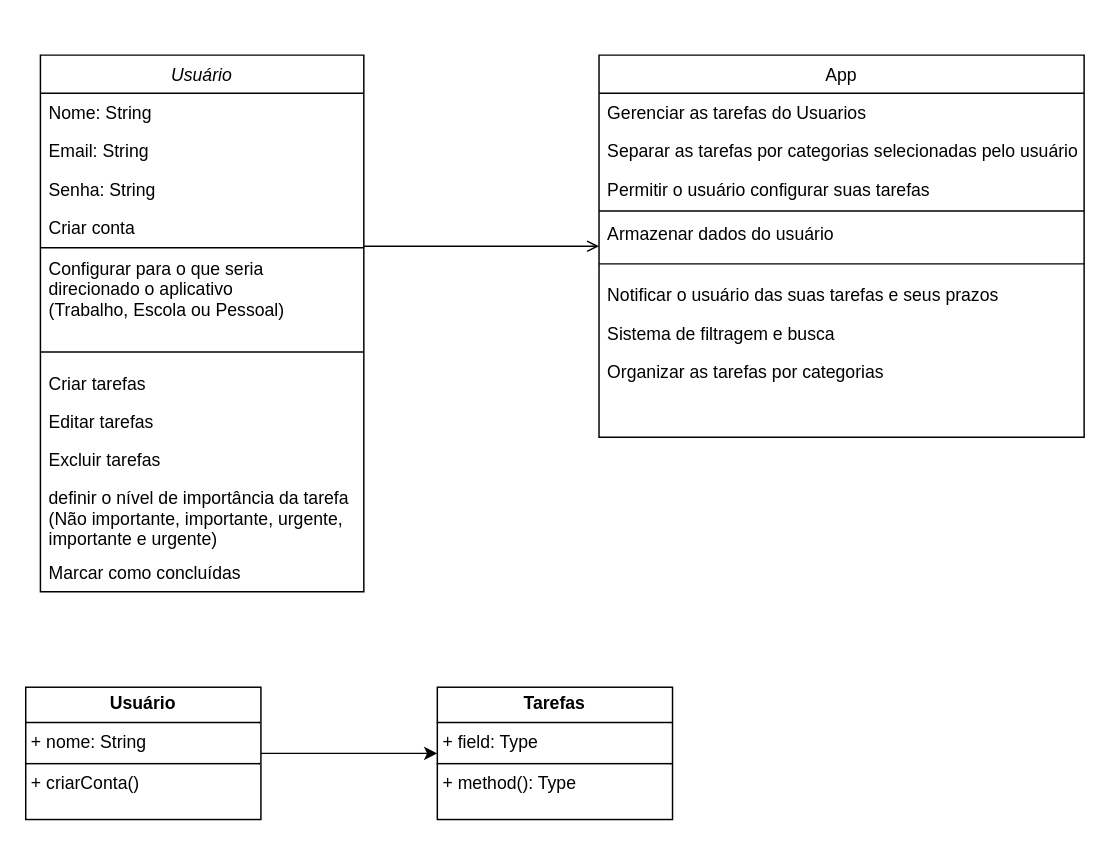
This is page "Classes" (2 of 7) of Diagrama sem nome.drawio from Lotharzin/Valley-Of-Cleaning, a draw.io file, before an edit. Source tidied: cells renumbered, new cells numbered last; positions are measured from the earlier drawing's top-left corner, leaving out a move shared by most shapes. Both pictures are drawn from the tidied source at 147%, with x=0, y=0 at pixel (25, 54).
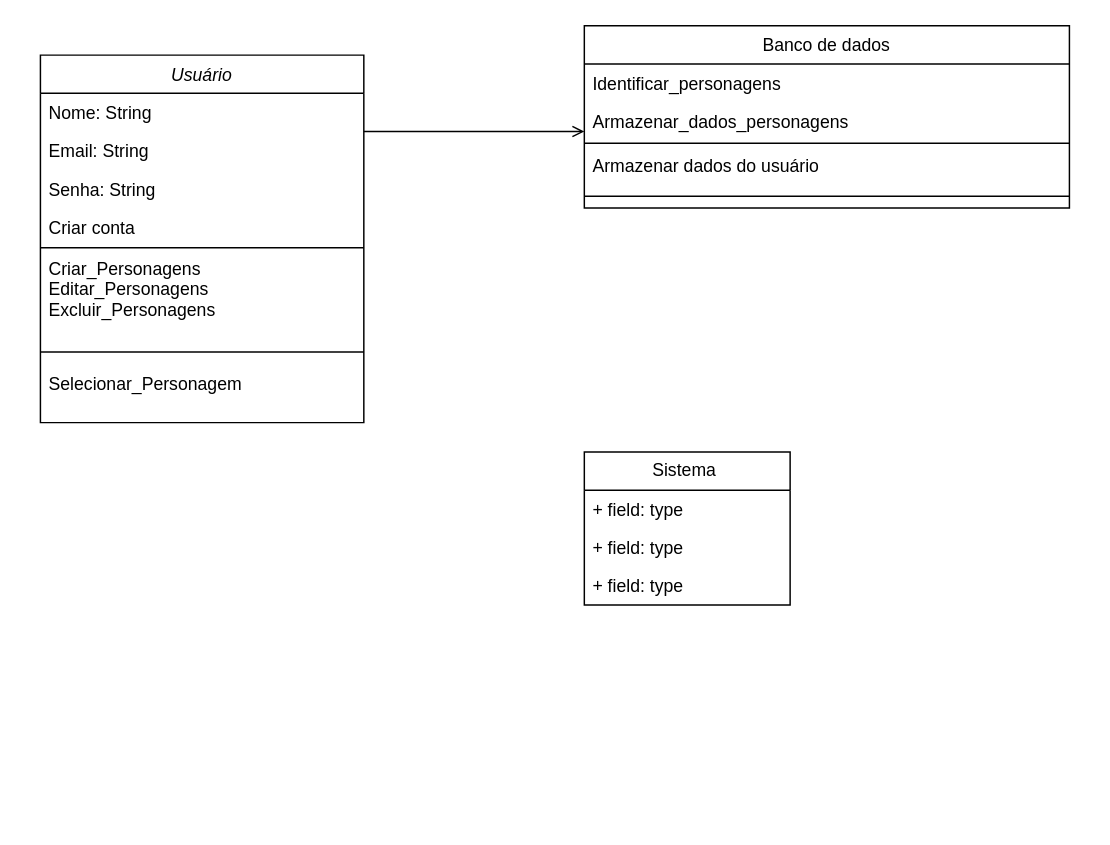
After the change.

Diff of the diagram source:
```diff
@@
     <mxCell id="2" value="Usuário" style="swimlane;fontStyle=2;align=center;verticalAlign=top;horizontal=1;startSize=26;rounded=0;shadow=0;strokeWidth=1;" parent="1" vertex="1">
-      <mxGeometry x="10" width="220" height="365" as="geometry" />
+      <mxGeometry x="10" width="220" height="250" as="geometry" />
     </mxCell>
@@
-    <mxCell id="8" value="Configurar para o que seria&#10;direcionado o aplicativo&#10;(Trabalho, Escola ou Pessoal)" style="text;align=left;verticalAlign=top;spacingLeft=4;spacingRight=4;overflow=hidden;rounded=0;shadow=0;html=0;" parent="2" vertex="1">
+    <mxCell id="8" value="Criar_Personagens&#10;Editar_Personagens&#10;Excluir_Personagens" style="text;align=left;verticalAlign=top;spacingLeft=4;spacingRight=4;overflow=hidden;rounded=0;shadow=0;html=0;" parent="2" vertex="1">
       <mxGeometry y="132" width="220" height="62" as="geometry" />
     </mxCell>
@@
-    <mxCell id="10" value="Criar tarefas" style="text;align=left;verticalAlign=top;spacingLeft=4;spacingRight=4;overflow=hidden;rounded=0;shadow=0;html=0;" parent="2" vertex="1">
-      <mxGeometry y="210" width="220" height="26" as="geometry" />
-    </mxCell>
-    <mxCell id="11" value="Editar tarefas" style="text;align=left;verticalAlign=top;spacingLeft=4;spacingRight=4;overflow=hidden;rounded=0;shadow=0;html=0;" parent="2" vertex="1">
-      <mxGeometry y="236" width="220" height="26" as="geometry" />
-    </mxCell>
-    <mxCell id="12" value="Excluir tarefas" style="text;align=left;verticalAlign=top;spacingLeft=4;spacingRight=4;overflow=hidden;rounded=0;shadow=0;html=0;" parent="2" vertex="1">
-      <mxGeometry y="262" width="220" height="26" as="geometry" />
-    </mxCell>
-    <mxCell id="13" value="definir o nível de importância da tarefa&#10;(Não importante, importante, urgente, &#10;importante e urgente) " style="text;align=left;verticalAlign=top;spacingLeft=4;spacingRight=4;overflow=hidden;rounded=0;shadow=0;html=0;" parent="2" vertex="1">
-      <mxGeometry y="288" width="220" height="51" as="geometry" />
-    </mxCell>
-    <mxCell id="14" value="Marcar como concluídas" style="text;align=left;verticalAlign=top;spacingLeft=4;spacingRight=4;overflow=hidden;rounded=0;shadow=0;html=0;" parent="2" vertex="1">
-      <mxGeometry y="339" width="220" height="26" as="geometry" />
-    </mxCell>
+    <mxCell id="29" value="Selecionar_Personagem" style="text;align=left;verticalAlign=top;spacingLeft=4;spacingRight=4;overflow=hidden;rounded=0;shadow=0;html=0;" parent="2" vertex="1">
+      <mxGeometry y="210" width="220" height="26" as="geometry" />
+    </mxCell>
-    <mxCell id="15" value="App" style="swimlane;fontStyle=0;align=center;verticalAlign=top;horizontal=1;startSize=26;rounded=0;shadow=0;strokeWidth=1;" parent="1" vertex="1">
-      <mxGeometry x="390" width="330" height="260" as="geometry" />
+    <mxCell id="15" value="Banco de dados" style="swimlane;fontStyle=0;align=center;verticalAlign=top;horizontal=1;startSize=26;rounded=0;shadow=0;strokeWidth=1;" parent="1" vertex="1">
+      <mxGeometry x="380" y="-20" width="330" height="124" as="geometry" />
     </mxCell>
-    <mxCell id="16" value="Gerenciar as tarefas do Usuarios" style="text;align=left;verticalAlign=top;spacingLeft=4;spacingRight=4;overflow=hidden;rounded=0;shadow=0;html=0;" parent="15" vertex="1">
-      <mxGeometry y="26" width="330" height="26" as="geometry" />
-    </mxCell>
-    <mxCell id="17" value="Separar as tarefas por categorias selecionadas pelo usuário" style="text;align=left;verticalAlign=top;spacingLeft=4;spacingRight=4;overflow=hidden;rounded=0;shadow=0;html=0;" parent="15" vertex="1">
-      <mxGeometry y="52" width="330" height="26" as="geometry" />
+    <mxCell id="17" value="Identificar_personagens" style="text;align=left;verticalAlign=top;spacingLeft=4;spacingRight=4;overflow=hidden;rounded=0;shadow=0;html=0;" parent="15" vertex="1">
+      <mxGeometry y="26" width="330" height="26" as="geometry" />
     </mxCell>
-    <mxCell id="18" value="Permitir o usuário configurar suas tarefas" style="text;align=left;verticalAlign=top;spacingLeft=4;spacingRight=4;overflow=hidden;rounded=0;shadow=0;html=0;" parent="15" vertex="1">
-      <mxGeometry y="78" width="330" height="26" as="geometry" />
+    <mxCell id="18" value="Armazenar_dados_personagens" style="text;align=left;verticalAlign=top;spacingLeft=4;spacingRight=4;overflow=hidden;rounded=0;shadow=0;html=0;" parent="15" vertex="1">
+      <mxGeometry y="52" width="330" height="26" as="geometry" />
     </mxCell>
     <mxCell id="19" style="line;html=1;strokeWidth=1;align=left;verticalAlign=middle;spacingTop=-1;spacingLeft=3;spacingRight=3;labelPosition=right;" parent="15" vertex="1">
-      <mxGeometry y="104" width="330" height="4" as="geometry" />
+      <mxGeometry y="78" width="330" height="4" as="geometry" />
     </mxCell>
     <mxCell id="20" value="Armazenar dados do usuário" style="text;align=left;verticalAlign=top;spacingLeft=4;spacingRight=4;overflow=hidden;rounded=0;shadow=0;html=0;" parent="15" vertex="1">
-      <mxGeometry y="108" width="330" height="26" as="geometry" />
+      <mxGeometry y="82" width="330" height="26" as="geometry" />
     </mxCell>
     <mxCell id="21" style="line;html=1;strokeWidth=1;align=left;verticalAlign=middle;spacingTop=-1;spacingLeft=3;spacingRight=3;labelPosition=right;" parent="15" vertex="1">
-      <mxGeometry y="134" width="330" height="16" as="geometry" />
+      <mxGeometry y="108" width="330" height="16" as="geometry" />
     </mxCell>
-    <mxCell id="22" value="Notificar o usuário das suas tarefas e seus prazos" style="text;align=left;verticalAlign=top;spacingLeft=4;spacingRight=4;overflow=hidden;rounded=0;shadow=0;html=0;" parent="15" vertex="1">
-      <mxGeometry y="150" width="330" height="26" as="geometry" />
-    </mxCell>
-    <mxCell id="23" value="Sistema de filtragem e busca" style="text;align=left;verticalAlign=top;spacingLeft=4;spacingRight=4;overflow=hidden;rounded=0;shadow=0;html=0;" parent="15" vertex="1">
-      <mxGeometry y="176" width="330" height="26" as="geometry" />
-    </mxCell>
-    <mxCell id="24" value="Organizar as tarefas por categorias  " style="text;align=left;verticalAlign=top;spacingLeft=4;spacingRight=4;overflow=hidden;rounded=0;shadow=0;html=0;" parent="15" vertex="1">
-      <mxGeometry y="202" width="330" height="26" as="geometry" />
-    </mxCell>
@@
-    <mxCell id="26" style="edgeStyle=orthogonalEdgeStyle;rounded=0;jettySize=auto;html=1;" parent="1" edge="1" source="27" target="28">
-      <mxGeometry relative="1" as="geometry" />
-    </mxCell>
-    <mxCell id="27" value="&lt;p style=&quot;margin:0px;margin-top:4px;text-align:center;&quot;&gt;&lt;b&gt;Usuário&lt;/b&gt;&lt;/p&gt;&lt;hr size=&quot;1&quot; style=&quot;border-style:solid;&quot;&gt;&lt;p style=&quot;margin:0px;margin-left:4px;&quot;&gt;+ nome: String&lt;/p&gt;&lt;hr size=&quot;1&quot; style=&quot;border-style:solid;&quot;&gt;&lt;p style=&quot;margin:0px;margin-left:4px;&quot;&gt;+ criarConta()&lt;/p&gt;" style="verticalAlign=top;align=left;overflow=fill;html=1;whiteSpace=wrap;" parent="1" vertex="1">
-      <mxGeometry y="430" width="160" height="90" as="geometry" />
-    </mxCell>
-    <mxCell id="28" value="&lt;p style=&quot;margin:0px;margin-top:4px;text-align:center;&quot;&gt;&lt;b&gt;Tarefas&lt;/b&gt;&lt;/p&gt;&lt;hr size=&quot;1&quot; style=&quot;border-style:solid;&quot;&gt;&lt;p style=&quot;margin:0px;margin-left:4px;&quot;&gt;+ field: Type&lt;/p&gt;&lt;hr size=&quot;1&quot; style=&quot;border-style:solid;&quot;&gt;&lt;p style=&quot;margin:0px;margin-left:4px;&quot;&gt;+ method(): Type&lt;/p&gt;" style="verticalAlign=top;align=left;overflow=fill;html=1;whiteSpace=wrap;" parent="1" vertex="1">
-      <mxGeometry x="280" y="430" width="160" height="90" as="geometry" />
-    </mxCell>
+    <mxCell id="30" value="Sistema&amp;nbsp;" style="swimlane;fontStyle=0;horizontal=1;startSize=26;fillColor=none;whiteSpace=wrap;html=1;" parent="1" vertex="1">
+      <mxGeometry x="380" y="270" width="140" height="104" as="geometry" />
+    </mxCell>
+    <mxCell id="31" value="+ field: type" style="text;strokeColor=none;fillColor=none;align=left;verticalAlign=top;spacingLeft=4;spacingRight=4;overflow=hidden;whiteSpace=wrap;html=1;" parent="30" vertex="1">
+      <mxGeometry y="26" width="140" height="26" as="geometry" />
+    </mxCell>
+    <mxCell id="32" value="+ field: type" style="text;strokeColor=none;fillColor=none;align=left;verticalAlign=top;spacingLeft=4;spacingRight=4;overflow=hidden;whiteSpace=wrap;html=1;" parent="30" vertex="1">
+      <mxGeometry y="52" width="140" height="26" as="geometry" />
+    </mxCell>
+    <mxCell id="33" value="+ field: type" style="text;strokeColor=none;fillColor=none;align=left;verticalAlign=top;spacingLeft=4;spacingRight=4;overflow=hidden;whiteSpace=wrap;html=1;" parent="30" vertex="1">
+      <mxGeometry y="78" width="140" height="26" as="geometry" />
+    </mxCell>
```
